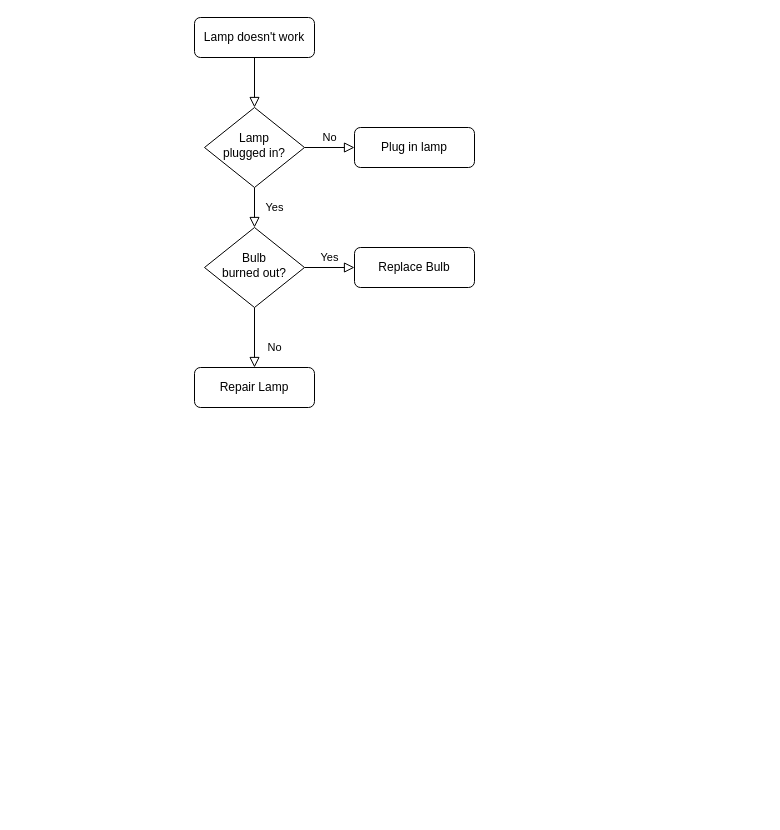
wer340/ascii-art keeps this draw.io diagram as flowChart/hangman.drawio. Above is the earlier version. Source tidied: cells renumbered, new cells numbered last; positions are measured from the earlier drawing's top-left corner, leaving out a move shared by most shapes. Both pictures are drawn from the tidied source at 100%, with x=0, y=0 at pixel (194, 17).
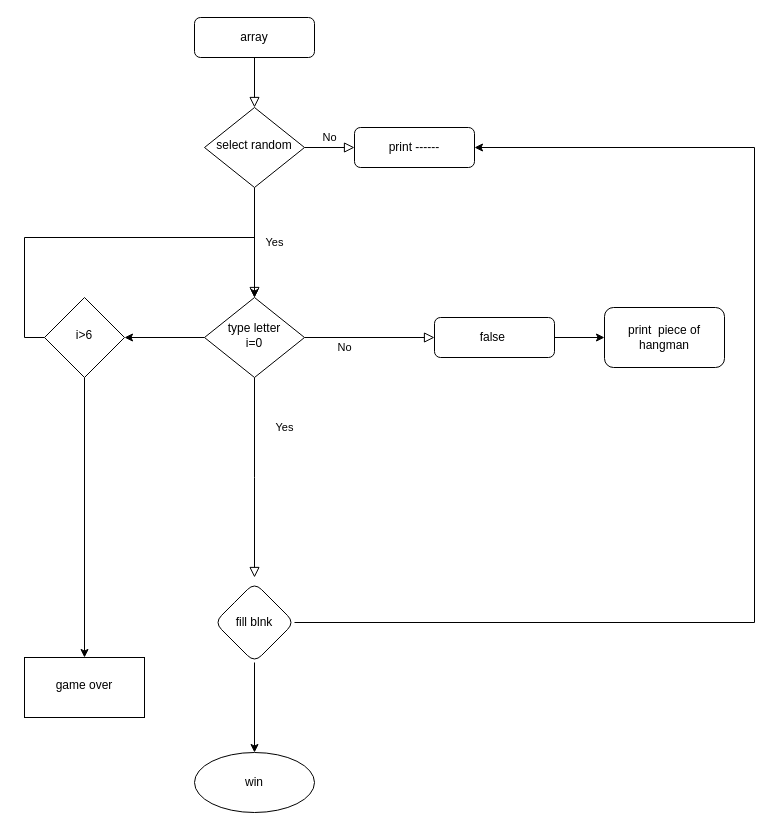
After the change.

Change to the diagram source:
```diff
@@
-    <mxCell id="3" value="Lamp doesn't work" style="rounded=1;whiteSpace=wrap;html=1;fontSize=12;glass=0;strokeWidth=1;shadow=0;" parent="1" vertex="1">
+    <mxCell id="3" value="array" style="rounded=1;whiteSpace=wrap;html=1;fontSize=12;glass=0;strokeWidth=1;shadow=0;" parent="1" vertex="1">
       <mxGeometry width="120" height="40" as="geometry" />
     </mxCell>
@@
-    <mxCell id="6" value="Lamp&lt;br&gt;plugged in?" style="rhombus;whiteSpace=wrap;html=1;shadow=0;fontFamily=Helvetica;fontSize=12;align=center;strokeWidth=1;spacing=6;spacingTop=-4;" parent="1" vertex="1">
+    <mxCell id="6" value="select random" style="rhombus;whiteSpace=wrap;html=1;shadow=0;fontFamily=Helvetica;fontSize=12;align=center;strokeWidth=1;spacing=6;spacingTop=-4;" parent="1" vertex="1">
       <mxGeometry x="10" y="90" width="100" height="80" as="geometry" />
     </mxCell>
-    <mxCell id="7" value="Plug in lamp" style="rounded=1;whiteSpace=wrap;html=1;fontSize=12;glass=0;strokeWidth=1;shadow=0;" parent="1" vertex="1">
+    <mxCell id="7" value="print ------" style="rounded=1;whiteSpace=wrap;html=1;fontSize=12;glass=0;strokeWidth=1;shadow=0;" parent="1" vertex="1">
       <mxGeometry x="160" y="110" width="120" height="40" as="geometry" />
     </mxCell>
-    <mxCell id="8" value="No" style="rounded=0;html=1;jettySize=auto;fontSize=11;endArrow=block;endFill=0;endSize=8;strokeWidth=1;shadow=0;labelBackgroundColor=none;edgeStyle=orthogonalEdgeStyle;" parent="1" edge="1" source="10" target="11">
-      <mxGeometry x="0.33" y="20" relative="1" as="geometry" />
+    <mxCell id="8" value="No" style="rounded=0;html=1;jettySize=auto;fontSize=11;endArrow=block;endFill=0;endSize=8;strokeWidth=1;shadow=0;labelBackgroundColor=none;edgeStyle=orthogonalEdgeStyle;" parent="1" edge="1" source="10">
+      <mxGeometry x="-1" y="95" relative="1" as="geometry">
+        <mxPoint x="60" y="560" as="targetPoint" />
+        <mxPoint x="-5" y="-30" as="offset" />
+      </mxGeometry>
     </mxCell>
     <mxCell id="9" value="Yes" style="edgeStyle=orthogonalEdgeStyle;rounded=0;html=1;jettySize=auto;fontSize=11;endArrow=block;endFill=0;endSize=8;strokeWidth=1;shadow=0;labelBackgroundColor=none;" parent="1" edge="1" source="10" target="12">
-      <mxGeometry y="10" relative="1" as="geometry" />
+      <mxGeometry x="-1" y="-92" relative="1" as="geometry">
+        <mxPoint x="-20" y="-2" as="offset" />
+      </mxGeometry>
     </mxCell>
+    <mxCell id="13" style="edgeStyle=orthogonalEdgeStyle;rounded=0;jettySize=auto;html=1;" parent="1" edge="1" source="10" target="19">
+      <mxGeometry relative="1" as="geometry" />
+    </mxCell>
-    <mxCell id="10" value="Bulb&lt;br&gt;burned out?" style="rhombus;whiteSpace=wrap;html=1;shadow=0;fontFamily=Helvetica;fontSize=12;align=center;strokeWidth=1;spacing=6;spacingTop=-4;" parent="1" vertex="1">
-      <mxGeometry x="10" y="210" width="100" height="80" as="geometry" />
+    <mxCell id="10" value="type letter&lt;br&gt;i=0" style="rhombus;whiteSpace=wrap;html=1;shadow=0;fontFamily=Helvetica;fontSize=12;align=center;strokeWidth=1;spacing=6;spacingTop=-4;" parent="1" vertex="1">
+      <mxGeometry x="10" y="280" width="100" height="80" as="geometry" />
     </mxCell>
-    <mxCell id="11" value="Repair Lamp" style="rounded=1;whiteSpace=wrap;html=1;fontSize=12;glass=0;strokeWidth=1;shadow=0;" parent="1" vertex="1">
-      <mxGeometry y="350" width="120" height="40" as="geometry" />
-    </mxCell>
+    <mxCell id="14" style="edgeStyle=orthogonalEdgeStyle;rounded=0;jettySize=auto;html=1;exitX=1;exitY=0.5;exitDx=0;exitDy=0;" parent="1" edge="1" source="22" target="7">
+      <mxGeometry relative="1" as="geometry">
+        <Array as="points">
+          <mxPoint x="560" y="605" />
+          <mxPoint x="560" y="130" />
+        </Array>
+      </mxGeometry>
+    </mxCell>
+    <mxCell id="15" style="edgeStyle=orthogonalEdgeStyle;rounded=0;jettySize=auto;html=1;" parent="1" edge="1" source="12" target="16">
+      <mxGeometry relative="1" as="geometry" />
+    </mxCell>
-    <mxCell id="12" value="Replace Bulb" style="rounded=1;whiteSpace=wrap;html=1;fontSize=12;glass=0;strokeWidth=1;shadow=0;" parent="1" vertex="1">
-      <mxGeometry x="160" y="230" width="120" height="40" as="geometry" />
+    <mxCell id="12" value="false&amp;nbsp;" style="rounded=1;whiteSpace=wrap;html=1;fontSize=12;glass=0;strokeWidth=1;shadow=0;" parent="1" vertex="1">
+      <mxGeometry x="240" y="300" width="120" height="40" as="geometry" />
     </mxCell>
+    <mxCell id="16" value="print&amp;nbsp; piece of hangman" style="whiteSpace=wrap;html=1;rounded=1;glass=0;strokeWidth=1;shadow=0;" parent="1" vertex="1">
+      <mxGeometry x="410" y="290" width="120" height="60" as="geometry" />
+    </mxCell>
+    <mxCell id="17" style="edgeStyle=orthogonalEdgeStyle;rounded=0;jettySize=auto;html=1;entryX=0.5;entryY=0;entryDx=0;entryDy=0;" parent="1" edge="1" source="19" target="10">
+      <mxGeometry relative="1" as="geometry">
+        <Array as="points">
+          <mxPoint x="-170" y="320" />
+          <mxPoint x="-170" y="220" />
+          <mxPoint x="60" y="220" />
+        </Array>
+      </mxGeometry>
+    </mxCell>
+    <mxCell id="18" style="edgeStyle=orthogonalEdgeStyle;rounded=0;jettySize=auto;html=1;" parent="1" edge="1" source="19" target="20">
+      <mxGeometry relative="1" as="geometry" />
+    </mxCell>
+    <mxCell id="19" value="i&amp;gt;6" style="rhombus;whiteSpace=wrap;html=1;shadow=0;strokeWidth=1;spacing=6;spacingTop=-4;" parent="1" vertex="1">
+      <mxGeometry x="-150" y="280" width="80" height="80" as="geometry" />
+    </mxCell>
+    <mxCell id="20" value="game over" style="whiteSpace=wrap;html=1;shadow=0;strokeWidth=1;spacing=6;spacingTop=-4;" parent="1" vertex="1">
+      <mxGeometry x="-170" y="640" width="120" height="60" as="geometry" />
+    </mxCell>
+    <mxCell id="21" style="edgeStyle=orthogonalEdgeStyle;rounded=0;jettySize=auto;html=1;" parent="1" edge="1" source="22" target="23">
+      <mxGeometry relative="1" as="geometry" />
+    </mxCell>
+    <mxCell id="22" value="fill blnk" style="rhombus;whiteSpace=wrap;html=1;rounded=1;glass=0;strokeWidth=1;shadow=0;" parent="1" vertex="1">
+      <mxGeometry x="20" y="565" width="80" height="80" as="geometry" />
+    </mxCell>
+    <mxCell id="23" value="win" style="ellipse;whiteSpace=wrap;html=1;rounded=1;glass=0;strokeWidth=1;shadow=0;" parent="1" vertex="1">
+      <mxGeometry y="735" width="120" height="60" as="geometry" />
+    </mxCell>
```
